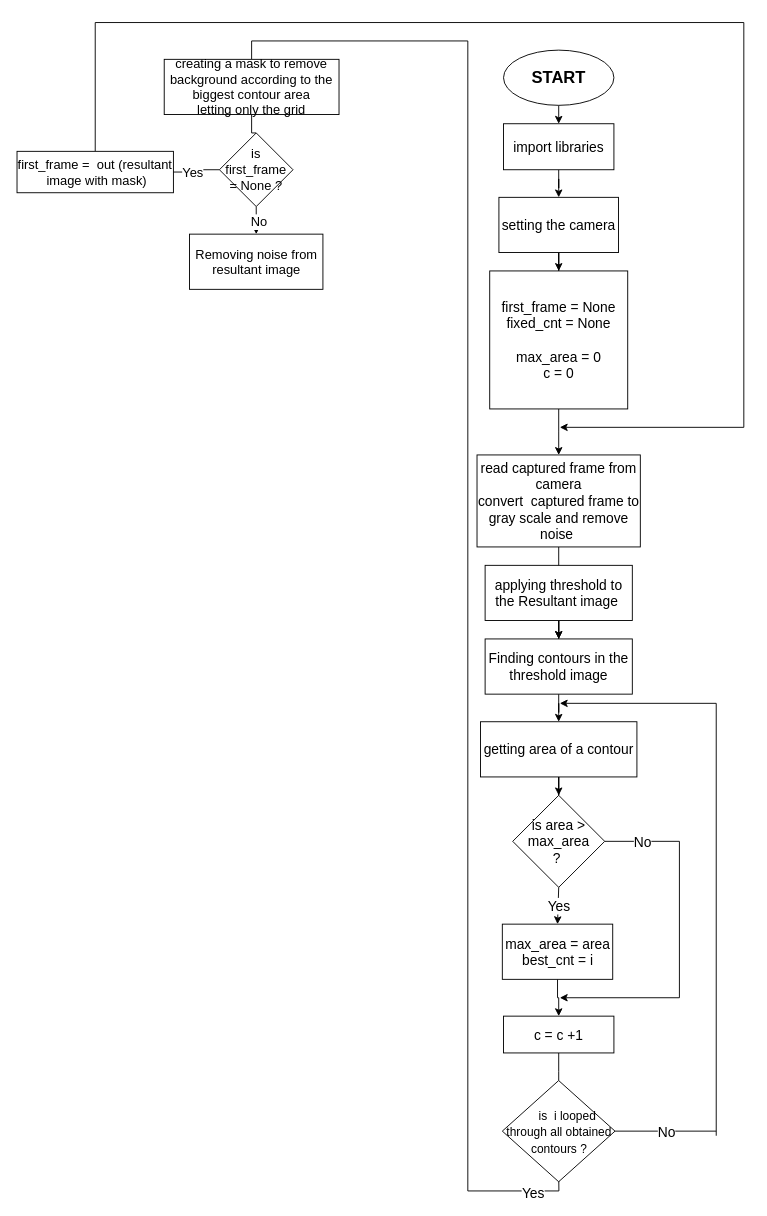
The draw.io diagram computervision/Untitled Diagram.drawio in ihab201/scaraRobot, before the edit. Source tidied: cells renumbered, new cells numbered last; positions are measured from the earlier drawing's top-left corner, leaving out a move shared by most shapes. Both pictures are drawn from the tidied source at 92%, with x=0, y=0 at pixel (17, 22).
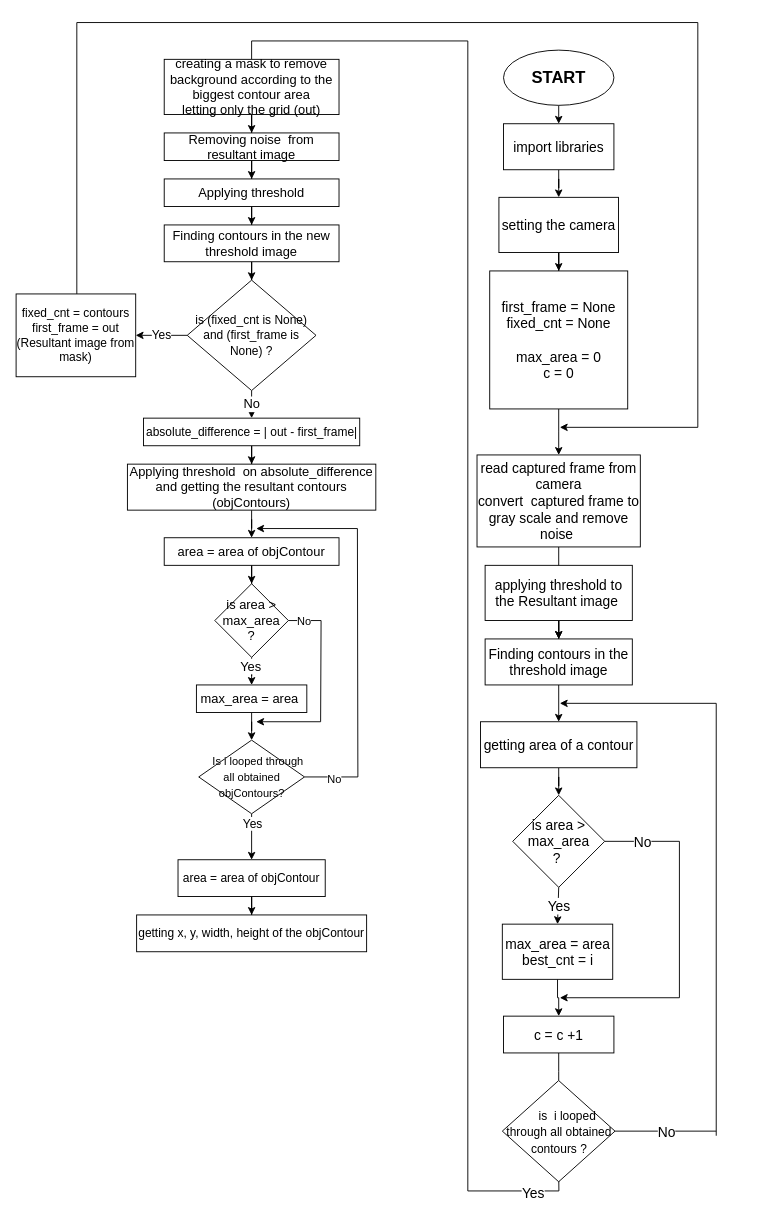
The same diagram, later.

What changed in the source:
```diff
@@
     <mxCell id="15" value="Finding contours in the threshold image" style="rounded=0;whiteSpace=wrap;html=1;fontSize=15;" parent="1" vertex="1">
-      <mxGeometry x="508.8" y="670" width="160" height="60" as="geometry" />
+      <mxGeometry x="508.8" y="670" width="160" height="50" as="geometry" />
     </mxCell>
@@
     <mxCell id="18" value="getting area of a contour" style="rounded=0;whiteSpace=wrap;html=1;fontSize=15;" parent="1" vertex="1">
-      <mxGeometry x="503.8" y="760" width="170" height="60" as="geometry" />
+      <mxGeometry x="503.8" y="760" width="170" height="50" as="geometry" />
     </mxCell>
@@
-    <mxCell id="36" style="edgeStyle=orthogonalEdgeStyle;rounded=0;jettySize=auto;html=1;fontSize=14;endArrow=none;endFill=0;" parent="1" edge="1" source="37" target="44">
-      <mxGeometry relative="1" as="geometry" />
-    </mxCell>
+    <mxCell id="46" style="edgeStyle=orthogonalEdgeStyle;rounded=0;jettySize=auto;html=1;fontSize=14;endArrow=classic;endFill=1;" parent="1" edge="1" source="37" target="45">
+      <mxGeometry relative="1" as="geometry" />
+    </mxCell>
-    <mxCell id="37" value="&lt;font style=&quot;font-size: 14px&quot;&gt;creating a mask to remove background according to the biggest contour area&lt;br&gt;letting only the grid&lt;br&gt;&lt;/font&gt;" style="rounded=0;whiteSpace=wrap;html=1;fontSize=13;" parent="1" vertex="1">
+    <mxCell id="37" value="&lt;font style=&quot;font-size: 14px&quot;&gt;creating a mask to remove background according to the biggest contour area&lt;br&gt;letting only the grid (out)&lt;br&gt;&lt;/font&gt;" style="rounded=0;whiteSpace=wrap;html=1;fontSize=13;" parent="1" vertex="1">
       <mxGeometry x="160" y="40" width="190" height="60" as="geometry" />
     </mxCell>
-    <mxCell id="38" style="edgeStyle=orthogonalEdgeStyle;rounded=0;jettySize=auto;html=1;exitX=0.5;exitY=0;exitDx=0;exitDy=0;fontSize=14;endArrow=classic;endFill=1;" parent="1" edge="1" source="39">
-      <mxGeometry relative="1" as="geometry">
-        <mxPoint x="590" y="440" as="targetPoint" />
-        <Array as="points">
-          <mxPoint x="85" />
-          <mxPoint x="790" />
-        </Array>
-      </mxGeometry>
-    </mxCell>
-    <mxCell id="39" value="first_frame = &amp;nbsp;out (resultant &amp;nbsp;image with mask)" style="rounded=0;whiteSpace=wrap;html=1;fontSize=14;" parent="1" vertex="1">
-      <mxGeometry y="140" width="170" height="45" as="geometry" />
-    </mxCell>
-    <mxCell id="40" style="edgeStyle=orthogonalEdgeStyle;rounded=0;jettySize=auto;html=1;fontSize=14;endArrow=none;endFill=0;" parent="1" edge="1" source="44" target="39">
-      <mxGeometry relative="1" as="geometry" />
-    </mxCell>
-    <mxCell id="41" value="Yes" style="edgeLabel;html=1;align=center;verticalAlign=middle;fontSize=14;" parent="40" vertex="1">
-      <mxGeometry x="0.5" y="4" relative="1" as="geometry">
-        <mxPoint x="7" y="-4" as="offset" />
-      </mxGeometry>
-    </mxCell>
-    <mxCell id="42" style="edgeStyle=orthogonalEdgeStyle;rounded=0;jettySize=auto;html=1;fontSize=14;endArrow=classic;endFill=1;" parent="1" edge="1" source="44" target="45">
-      <mxGeometry relative="1" as="geometry" />
-    </mxCell>
-    <mxCell id="43" value="No" style="edgeLabel;html=1;align=center;verticalAlign=middle;fontSize=14;" parent="42" vertex="1">
-      <mxGeometry x="0.44" y="2" relative="1" as="geometry" />
-    </mxCell>
-    <mxCell id="44" value="is first_frame = None ?" style="rhombus;whiteSpace=wrap;html=1;fontSize=14;" parent="1" vertex="1">
-      <mxGeometry x="220" y="120" width="80" height="80" as="geometry" />
-    </mxCell>
+    <mxCell id="47" style="edgeStyle=orthogonalEdgeStyle;rounded=0;jettySize=auto;html=1;fontSize=14;endArrow=classic;endFill=1;" parent="1" edge="1" source="45" target="49">
+      <mxGeometry relative="1" as="geometry" />
+    </mxCell>
-    <mxCell id="45" value="Removing noise from resultant image" style="rounded=0;whiteSpace=wrap;html=1;fontSize=14;" parent="1" vertex="1">
-      <mxGeometry x="187.5" y="230" width="145" height="60" as="geometry" />
+    <mxCell id="45" value="Removing noise &amp;nbsp;from resultant image" style="rounded=0;whiteSpace=wrap;html=1;fontSize=14;" parent="1" vertex="1">
+      <mxGeometry x="160" y="120" width="190" height="30" as="geometry" />
     </mxCell>
+    <mxCell id="48" style="edgeStyle=orthogonalEdgeStyle;rounded=0;jettySize=auto;html=1;fontSize=14;endArrow=classic;endFill=1;" parent="1" edge="1" source="49" target="51">
+      <mxGeometry relative="1" as="geometry" />
+    </mxCell>
+    <mxCell id="49" value="Applying threshold" style="rounded=0;whiteSpace=wrap;html=1;fontSize=14;" parent="1" vertex="1">
+      <mxGeometry x="160" y="170" width="190" height="30" as="geometry" />
+    </mxCell>
+    <mxCell id="50" style="edgeStyle=orthogonalEdgeStyle;rounded=0;jettySize=auto;html=1;fontSize=13;endArrow=classic;endFill=1;" parent="1" edge="1" source="51" target="55">
+      <mxGeometry relative="1" as="geometry" />
+    </mxCell>
+    <mxCell id="51" value="Finding contours in the new threshold image" style="rounded=0;whiteSpace=wrap;html=1;fontSize=14;" parent="1" vertex="1">
+      <mxGeometry x="160" y="220" width="190" height="40" as="geometry" />
+    </mxCell>
+    <mxCell id="52" style="edgeStyle=orthogonalEdgeStyle;rounded=0;orthogonalLoop=1;jettySize=auto;html=1;exitX=0.5;exitY=1;exitDx=0;exitDy=0;fontSize=14;endArrow=classic;endFill=1;" parent="1" edge="1" source="51" target="51">
+      <mxGeometry relative="1" as="geometry" />
+    </mxCell>
+    <mxCell id="53" value="Yes" style="edgeStyle=orthogonalEdgeStyle;rounded=0;jettySize=auto;html=1;fontSize=13;endArrow=classic;endFill=1;entryX=1;entryY=0.5;entryDx=0;entryDy=0;" parent="1" edge="1" source="55" target="57">
+      <mxGeometry relative="1" as="geometry" />
+    </mxCell>
+    <mxCell id="54" value="&lt;font style=&quot;font-size: 14px&quot;&gt;No&lt;/font&gt;" style="edgeStyle=orthogonalEdgeStyle;rounded=0;jettySize=auto;html=1;fontSize=13;endArrow=classic;endFill=1;" parent="1" edge="1" source="55" target="59">
+      <mxGeometry relative="1" as="geometry" />
+    </mxCell>
+    <mxCell id="55" value="&lt;font style=&quot;font-size: 13px&quot;&gt;is (fixed_cnt is None) and (first_frame is None) ?&lt;/font&gt;" style="rhombus;whiteSpace=wrap;html=1;fontSize=14;" parent="1" vertex="1">
+      <mxGeometry x="185" y="280" width="140" height="120" as="geometry" />
+    </mxCell>
+    <mxCell id="56" style="edgeStyle=orthogonalEdgeStyle;rounded=0;orthogonalLoop=1;jettySize=auto;html=1;exitX=0.5;exitY=0;exitDx=0;exitDy=0;fontSize=13;endArrow=classic;endFill=1;" parent="1" edge="1">
+      <mxGeometry relative="1" as="geometry">
+        <mxPoint x="65" y="295" as="sourcePoint" />
+        <mxPoint x="590" y="440" as="targetPoint" />
+        <Array as="points">
+          <mxPoint x="65" />
+          <mxPoint x="740" />
+        </Array>
+      </mxGeometry>
+    </mxCell>
+    <mxCell id="57" value="fixed_cnt = contours&lt;br&gt;first_frame = out (Resultant image from mask)" style="rounded=0;whiteSpace=wrap;html=1;fontSize=13;" parent="1" vertex="1">
+      <mxGeometry x="-1" y="295" width="130" height="90" as="geometry" />
+    </mxCell>
+    <mxCell id="58" style="edgeStyle=orthogonalEdgeStyle;rounded=0;jettySize=auto;html=1;fontSize=14;endArrow=classic;endFill=1;" parent="1" edge="1" source="59" target="61">
+      <mxGeometry relative="1" as="geometry" />
+    </mxCell>
+    <mxCell id="59" value="absolute_difference = | out - first_frame|" style="rounded=0;whiteSpace=wrap;html=1;fontSize=13;" parent="1" vertex="1">
+      <mxGeometry x="137.5" y="430" width="235" height="30" as="geometry" />
+    </mxCell>
+    <mxCell id="60" style="edgeStyle=orthogonalEdgeStyle;rounded=0;jettySize=auto;html=1;fontSize=14;endArrow=classic;endFill=1;" parent="1" edge="1" source="61" target="63">
+      <mxGeometry relative="1" as="geometry" />
+    </mxCell>
+    <mxCell id="61" value="Applying threshold &amp;nbsp;on absolute_difference&lt;br&gt;and getting the resultant contours (objContours)" style="rounded=0;whiteSpace=wrap;html=1;fontSize=14;" parent="1" vertex="1">
+      <mxGeometry x="120" y="480" width="270" height="50" as="geometry" />
+    </mxCell>
+    <mxCell id="62" style="edgeStyle=orthogonalEdgeStyle;rounded=0;jettySize=auto;html=1;fontSize=14;endArrow=classic;endFill=1;" parent="1" edge="1" source="63" target="68">
+      <mxGeometry relative="1" as="geometry" />
+    </mxCell>
+    <mxCell id="63" value="area = area of objContour" style="rounded=0;whiteSpace=wrap;html=1;fontSize=14;" parent="1" vertex="1">
+      <mxGeometry x="160" y="560" width="190" height="30" as="geometry" />
+    </mxCell>
+    <mxCell id="64" style="edgeStyle=orthogonalEdgeStyle;rounded=0;jettySize=auto;html=1;fontSize=14;endArrow=classic;endFill=1;" parent="1" edge="1" source="68" target="71">
+      <mxGeometry relative="1" as="geometry" />
+    </mxCell>
+    <mxCell id="65" value="Yes&lt;br&gt;" style="edgeLabel;html=1;align=center;verticalAlign=middle;fontSize=14;" parent="64" vertex="1">
+      <mxGeometry x="-0.64" y="-2" relative="1" as="geometry" />
+    </mxCell>
+    <mxCell id="66" style="edgeStyle=orthogonalEdgeStyle;rounded=0;jettySize=auto;html=1;exitX=1;exitY=0.5;exitDx=0;exitDy=0;fontSize=12;endArrow=none;endFill=0;" parent="1" edge="1" source="68">
+      <mxGeometry relative="1" as="geometry">
+        <mxPoint x="330" y="760" as="targetPoint" />
+      </mxGeometry>
+    </mxCell>
+    <mxCell id="67" value="No" style="edgeLabel;html=1;align=center;verticalAlign=middle;fontSize=12;" parent="66" vertex="1">
+      <mxGeometry x="-0.78" relative="1" as="geometry" />
+    </mxCell>
+    <mxCell id="68" value="is area &amp;gt; max_area&lt;br&gt;?" style="rhombus;whiteSpace=wrap;html=1;fontSize=14;" parent="1" vertex="1">
+      <mxGeometry x="215" y="610" width="80" height="80" as="geometry" />
+    </mxCell>
+    <mxCell id="69" style="edgeStyle=orthogonalEdgeStyle;rounded=0;jettySize=auto;html=1;fontSize=12;endArrow=classic;endFill=1;" parent="1" edge="1" source="71" target="76">
+      <mxGeometry relative="1" as="geometry" />
+    </mxCell>
+    <mxCell id="70" style="edgeStyle=orthogonalEdgeStyle;rounded=0;jettySize=auto;html=1;exitX=0.5;exitY=0;exitDx=0;exitDy=0;fontSize=12;endArrow=none;endFill=0;" parent="1" edge="1" source="71">
+      <mxGeometry relative="1" as="geometry">
+        <mxPoint x="255" y="720" as="targetPoint" />
+      </mxGeometry>
+    </mxCell>
+    <mxCell id="71" value="max_area = area&amp;nbsp;" style="rounded=0;whiteSpace=wrap;html=1;fontSize=14;" parent="1" vertex="1">
+      <mxGeometry x="195" y="720" width="120" height="30" as="geometry" />
+    </mxCell>
+    <mxCell id="72" style="edgeStyle=orthogonalEdgeStyle;rounded=0;jettySize=auto;html=1;exitX=1;exitY=0.5;exitDx=0;exitDy=0;fontSize=12;endArrow=none;endFill=0;" parent="1" edge="1" source="76">
+      <mxGeometry relative="1" as="geometry">
+        <mxPoint x="370" y="550" as="targetPoint" />
+      </mxGeometry>
+    </mxCell>
+    <mxCell id="73" value="No" style="edgeLabel;html=1;align=center;verticalAlign=middle;fontSize=12;" parent="72" vertex="1">
+      <mxGeometry x="-0.81" y="-2" relative="1" as="geometry">
+        <mxPoint x="1" as="offset" />
+      </mxGeometry>
+    </mxCell>
+    <mxCell id="74" style="edgeStyle=orthogonalEdgeStyle;rounded=0;jettySize=auto;html=1;fontSize=13;endArrow=classic;endFill=1;" parent="1" edge="1" source="76" target="80">
+      <mxGeometry relative="1" as="geometry" />
+    </mxCell>
+    <mxCell id="75" value="Yes" style="edgeLabel;html=1;align=center;verticalAlign=middle;fontSize=13;" parent="74" vertex="1">
+      <mxGeometry x="0.24" y="-1" relative="1" as="geometry">
+        <mxPoint x="1" y="-21" as="offset" />
+      </mxGeometry>
+    </mxCell>
+    <mxCell id="76" value="&lt;font style=&quot;font-size: 12px&quot;&gt;&amp;nbsp; &amp;nbsp; Is i looped through all obtained objContours?&lt;/font&gt;" style="rhombus;whiteSpace=wrap;html=1;fontSize=14;" parent="1" vertex="1">
+      <mxGeometry x="197.5" y="780" width="115" height="80" as="geometry" />
+    </mxCell>
+    <mxCell id="77" style="endArrow=classic;html=1;rounded=0;fontSize=12;" parent="1" edge="1">
+      <mxGeometry relative="1" as="geometry">
+        <mxPoint x="330" y="760" as="sourcePoint" />
+        <mxPoint x="260" y="760" as="targetPoint" />
+      </mxGeometry>
+    </mxCell>
+    <mxCell id="78" style="endArrow=classic;html=1;rounded=0;fontSize=12;" parent="1" edge="1">
+      <mxGeometry relative="1" as="geometry">
+        <mxPoint x="370" y="550" as="sourcePoint" />
+        <mxPoint x="260" y="550" as="targetPoint" />
+      </mxGeometry>
+    </mxCell>
+    <mxCell id="79" style="edgeStyle=orthogonalEdgeStyle;rounded=0;jettySize=auto;html=1;fontSize=13;endArrow=classic;endFill=1;" parent="1" edge="1" source="80" target="81">
+      <mxGeometry relative="1" as="geometry" />
+    </mxCell>
+    <mxCell id="80" value="&lt;font style=&quot;font-size: 13px&quot;&gt;area = area of objContour&lt;/font&gt;" style="rounded=0;whiteSpace=wrap;html=1;fontSize=12;" parent="1" vertex="1">
+      <mxGeometry x="175" y="910" width="160" height="40" as="geometry" />
+    </mxCell>
+    <mxCell id="81" value="getting x, y, width, height of the objContour" style="rounded=0;whiteSpace=wrap;html=1;fontSize=13;" parent="1" vertex="1">
+      <mxGeometry x="130" y="970" width="250" height="40" as="geometry" />
+    </mxCell>
```
